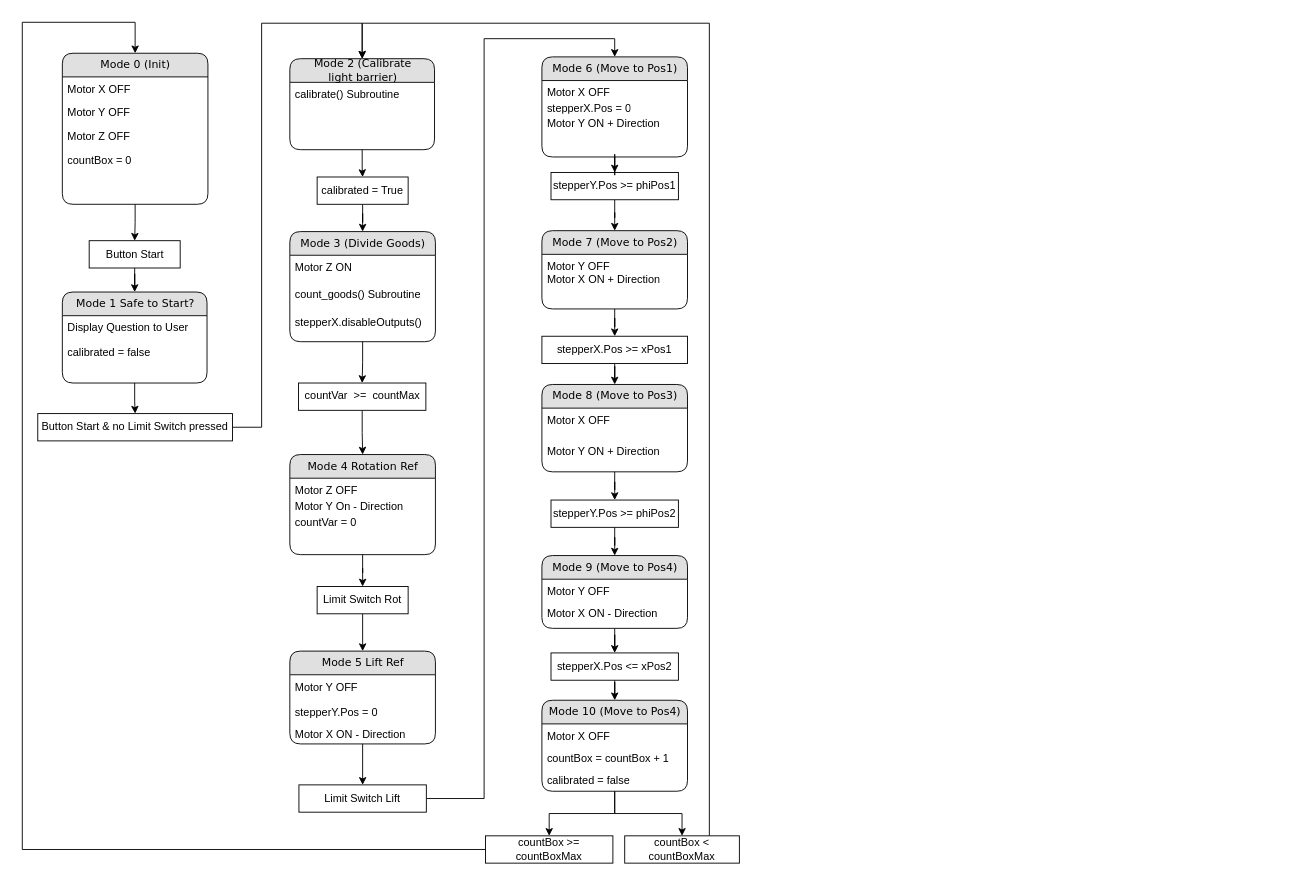
Before: Software/Flowchart_control_software.drawio in valnim/PMS2022, a draw.io diagram. Source tidied: cells renumbered, new cells numbered last; positions are measured from the earlier drawing's top-left corner, leaving out a move shared by most shapes. Both pictures are drawn from the tidied source at 91%, with x=0, y=0 at pixel (22, 22).
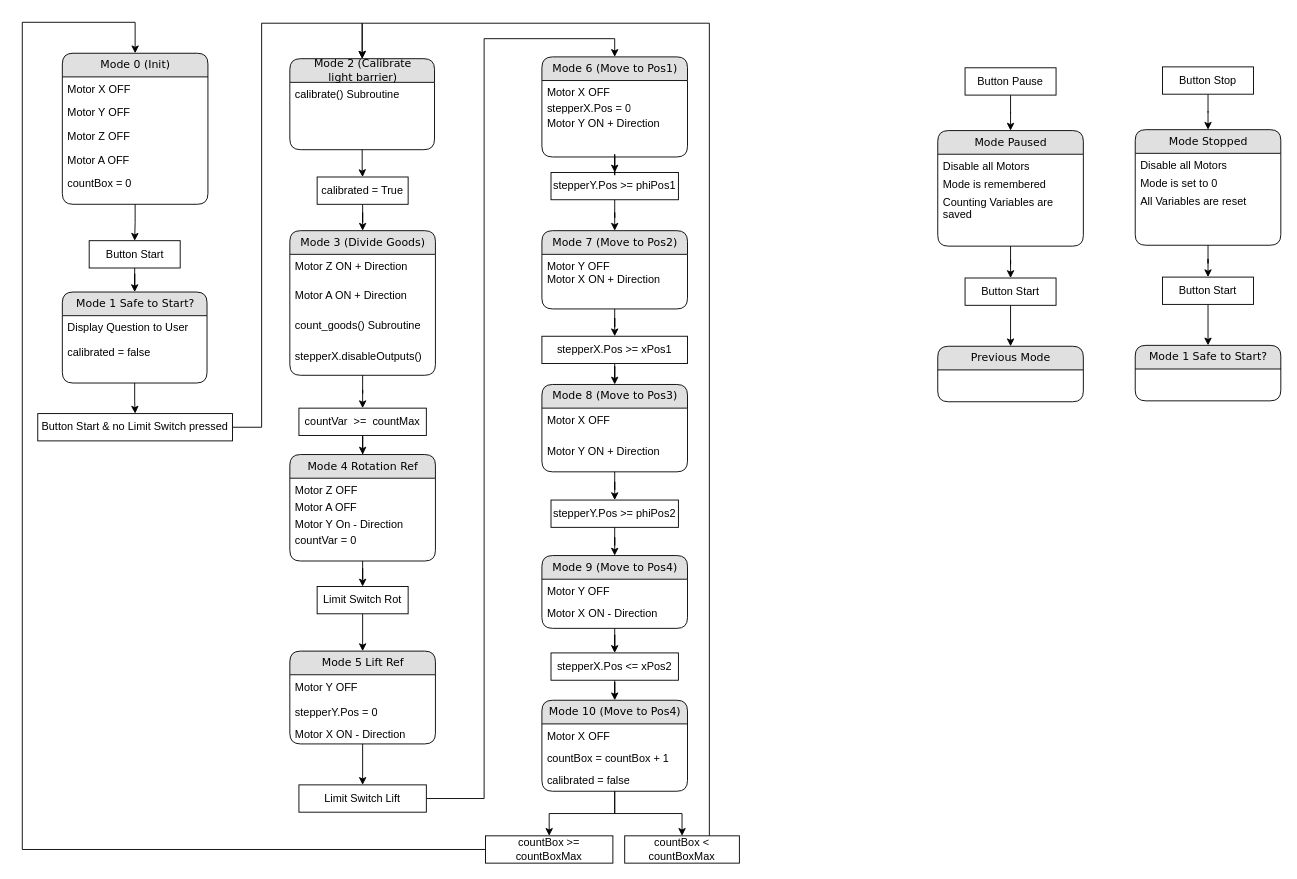
Above is the later version.

Commit message:
Change to 4steppers and add Button Interrupt Flow

The change refers to these unchanged cells:
```xml
<mxCell id="3" value="Mode 0 (Init)" style="swimlane;html=1;fontStyle=0;horizontal=1;startSize=26;fillColor=#e0e0e0;swimlaneFillColor=#ffffff;align=center;rounded=1;shadow=0;comic=0;labelBackgroundColor=none;strokeWidth=1;fontFamily=Verdana;fontSize=12;" parent="2" vertex="1">
  <mxGeometry width="160" height="166" as="geometry" />
</mxCell>
```

The edit, as a diff of the source:
```diff
@@
+    <mxCell id="85" value="Motor A OFF" style="text;html=1;strokeColor=none;fillColor=none;spacingLeft=4;spacingRight=4;whiteSpace=wrap;overflow=hidden;" parent="3" vertex="1">
+      <mxGeometry y="104" width="160" height="26" as="geometry" />
+    </mxCell>
     <mxCell id="7" value="countBox = 0" style="text;html=1;strokeColor=none;fillColor=none;spacingLeft=4;spacingRight=4;whiteSpace=wrap;overflow=hidden;" parent="3" vertex="1">
-      <mxGeometry y="104" width="160" height="26" as="geometry" />
+      <mxGeometry y="130" width="160" height="26" as="geometry" />
     </mxCell>
     <mxCell id="8" style="group;" parent="1" vertex="1">
-      <mxGeometry x="294" y="230" width="160" height="121" as="geometry" />
+      <mxGeometry x="294" y="229" width="160" height="134" as="geometry" />
     </mxCell>
     <mxCell id="9" value="Mode 3 (Divide Goods)" style="swimlane;html=1;fontStyle=0;horizontal=1;startSize=26;fillColor=#e0e0e0;swimlaneFillColor=#ffffff;align=center;rounded=1;shadow=0;comic=0;labelBackgroundColor=none;strokeWidth=1;fontFamily=Verdana;fontSize=12;" parent="8" vertex="1">
-      <mxGeometry width="160" height="121" as="geometry" />
+      <mxGeometry width="160" height="158.9" as="geometry" />
     </mxCell>
-    <mxCell id="10" value="Motor Z ON" style="text;html=1;strokeColor=none;fillColor=none;spacingLeft=4;spacingRight=4;whiteSpace=wrap;overflow=hidden;" parent="9" vertex="1">
-      <mxGeometry y="26" width="160" height="29.3" as="geometry" />
+    <mxCell id="10" value="Motor Z ON + Direction" style="text;html=1;strokeColor=none;fillColor=none;spacingLeft=4;spacingRight=4;whiteSpace=wrap;overflow=hidden;" parent="9" vertex="1">
+      <mxGeometry y="26" width="160" height="32.4" as="geometry" />
     </mxCell>
+    <mxCell id="86" value="Motor A ON + Direction" style="text;html=1;strokeColor=none;fillColor=none;spacingLeft=4;spacingRight=4;whiteSpace=wrap;overflow=hidden;" parent="9" vertex="1">
+      <mxGeometry y="58.4" width="160" height="32.4" as="geometry" />
+    </mxCell>
     <mxCell id="11" value="count_goods() Subroutine" style="text;html=1;strokeColor=none;fillColor=none;spacingLeft=4;spacingRight=4;whiteSpace=wrap;overflow=hidden;" parent="9" vertex="1">
-      <mxGeometry y="55.3" width="160" height="30.7" as="geometry" />
+      <mxGeometry y="90.9" width="160" height="34" as="geometry" />
     </mxCell>
     <mxCell id="12" value="stepperX.disableOutputs()" style="text;html=1;strokeColor=none;fillColor=none;spacingLeft=4;spacingRight=4;whiteSpace=wrap;overflow=hidden;" parent="9" vertex="1">
-      <mxGeometry y="86" width="160" height="30.7" as="geometry" />
+      <mxGeometry y="124.9" width="160" height="34" as="geometry" />
     </mxCell>
@@
     <mxCell id="16" value="countVar&amp;nbsp; &amp;gt;=&amp;nbsp; countMax" style="rounded=0;whiteSpace=wrap;html=1;" parent="1" vertex="1">
-      <mxGeometry x="303.5" y="396.4" width="140" height="30" as="geometry" />
+      <mxGeometry x="304" y="424" width="140" height="30" as="geometry" />
     </mxCell>
@@
     <mxCell id="43" style="group;" parent="1" vertex="1">
-      <mxGeometry x="294" y="475" width="160" height="110" as="geometry" />
+      <mxGeometry x="294" y="475" width="160" height="117" as="geometry" />
     </mxCell>
     <mxCell id="44" value="Mode 4 Rotation Ref" style="swimlane;html=1;fontStyle=0;horizontal=1;startSize=26;fillColor=#e0e0e0;swimlaneFillColor=#ffffff;align=center;rounded=1;shadow=0;comic=0;labelBackgroundColor=none;strokeWidth=1;fontFamily=Verdana;fontSize=12;" parent="43" vertex="1">
-      <mxGeometry width="160" height="110" as="geometry" />
+      <mxGeometry width="160" height="117" as="geometry" />
     </mxCell>
     <mxCell id="45" value="Motor Z OFF" style="text;html=1;strokeColor=none;fillColor=none;spacingLeft=4;spacingRight=4;whiteSpace=wrap;overflow=hidden;" parent="44" vertex="1">
-      <mxGeometry y="26" width="160" height="17.2" as="geometry" />
+      <mxGeometry y="26" width="160" height="18.3" as="geometry" />
     </mxCell>
-    <mxCell id="46" value="Motor Y On - Direction" style="text;html=1;strokeColor=none;fillColor=none;spacingLeft=4;spacingRight=4;whiteSpace=wrap;overflow=hidden;" parent="44" vertex="1">
-      <mxGeometry y="43.2" width="160" height="17.2" as="geometry" />
+    <mxCell id="46" value="Motor A OFF" style="text;html=1;strokeColor=none;fillColor=none;spacingLeft=4;spacingRight=4;whiteSpace=wrap;overflow=hidden;" parent="44" vertex="1">
+      <mxGeometry y="44.3" width="160" height="18.3" as="geometry" />
     </mxCell>
+    <mxCell id="87" value="Motor Y On - Direction" style="text;html=1;strokeColor=none;fillColor=none;spacingLeft=4;spacingRight=4;whiteSpace=wrap;overflow=hidden;" parent="44" vertex="1">
+      <mxGeometry y="62.7" width="160" height="18.3" as="geometry" />
+    </mxCell>
     <mxCell id="47" value="countVar = 0" style="text;html=1;strokeColor=none;fillColor=none;spacingLeft=4;spacingRight=4;whiteSpace=wrap;overflow=hidden;" parent="44" vertex="1">
-      <mxGeometry y="60.5" width="160" height="17.2" as="geometry" />
+      <mxGeometry y="81" width="160" height="18.3" as="geometry" />
     </mxCell>
@@
+    <mxCell id="88" style="edgeStyle=orthogonalEdgeStyle;rounded=0;jettySize=auto;html=1;entryX=0.5;entryY=0;entryDx=0;entryDy=0;" parent="1" edge="1" source="89" target="91">
+      <mxGeometry relative="1" as="geometry" />
+    </mxCell>
+    <mxCell id="89" value="Button Pause" style="rounded=0;whiteSpace=wrap;html=1;" parent="1" vertex="1">
+      <mxGeometry x="1036" y="50" width="100" height="30" as="geometry" />
+    </mxCell>
+    <mxCell id="90" style="group;" parent="1" vertex="1">
+      <mxGeometry x="1006" y="119" width="160" height="127" as="geometry" />
+    </mxCell>
+    <mxCell id="91" value="Mode Paused" style="swimlane;html=1;fontStyle=0;horizontal=1;startSize=26;fillColor=#e0e0e0;swimlaneFillColor=#ffffff;align=center;rounded=1;shadow=0;comic=0;labelBackgroundColor=none;strokeWidth=1;fontFamily=Verdana;fontSize=12;" parent="90" vertex="1">
+      <mxGeometry width="160" height="127" as="geometry" />
+    </mxCell>
+    <mxCell id="92" value="Disable all Motors" style="text;html=1;strokeColor=none;fillColor=none;spacingLeft=4;spacingRight=4;whiteSpace=wrap;overflow=hidden;" parent="91" vertex="1">
+      <mxGeometry y="26" width="160" height="19.9" as="geometry" />
+    </mxCell>
+    <mxCell id="93" value="Mode is remembered" style="text;html=1;strokeColor=none;fillColor=none;spacingLeft=4;spacingRight=4;whiteSpace=wrap;overflow=hidden;" parent="91" vertex="1">
+      <mxGeometry y="45.9" width="160" height="19.4" as="geometry" />
+    </mxCell>
+    <mxCell id="94" value="Counting Variables are saved" style="text;html=1;strokeColor=none;fillColor=none;spacingLeft=4;spacingRight=4;whiteSpace=wrap;overflow=hidden;" parent="91" vertex="1">
+      <mxGeometry y="65.3" width="160" height="38.2" as="geometry" />
+    </mxCell>
+    <mxCell id="95" style="edgeStyle=orthogonalEdgeStyle;rounded=0;jettySize=auto;html=1;entryX=0.5;entryY=0;entryDx=0;entryDy=0;" parent="1" edge="1" source="96" target="99">
+      <mxGeometry relative="1" as="geometry" />
+    </mxCell>
+    <mxCell id="96" value="Button Start" style="rounded=0;whiteSpace=wrap;html=1;" parent="1" vertex="1">
+      <mxGeometry x="1036" y="281" width="100" height="30" as="geometry" />
+    </mxCell>
+    <mxCell id="97" style="edgeStyle=orthogonalEdgeStyle;rounded=0;jettySize=auto;html=1;entryX=0.5;entryY=0;entryDx=0;entryDy=0;" parent="1" edge="1" source="91" target="96">
+      <mxGeometry relative="1" as="geometry" />
+    </mxCell>
+    <mxCell id="98" style="group;" parent="1" vertex="1">
+      <mxGeometry x="1006" y="356" width="160" height="61" as="geometry" />
+    </mxCell>
+    <mxCell id="99" value="Previous Mode" style="swimlane;html=1;fontStyle=0;horizontal=1;startSize=26;fillColor=#e0e0e0;swimlaneFillColor=#ffffff;align=center;rounded=1;shadow=0;comic=0;labelBackgroundColor=none;strokeWidth=1;fontFamily=Verdana;fontSize=12;" parent="98" vertex="1">
+      <mxGeometry width="160" height="61" as="geometry" />
+    </mxCell>
+    <mxCell id="100" style="edgeStyle=orthogonalEdgeStyle;rounded=0;jettySize=auto;html=1;entryX=0.5;entryY=0;entryDx=0;entryDy=0;" parent="1" edge="1" source="101" target="103">
+      <mxGeometry relative="1" as="geometry" />
+    </mxCell>
+    <mxCell id="101" value="Button Stop" style="rounded=0;whiteSpace=wrap;html=1;" parent="1" vertex="1">
+      <mxGeometry x="1253" y="49" width="100" height="30" as="geometry" />
+    </mxCell>
+    <mxCell id="102" style="group;" parent="1" vertex="1">
+      <mxGeometry x="1223" y="118" width="160" height="127" as="geometry" />
+    </mxCell>
+    <mxCell id="103" value="Mode Stopped" style="swimlane;html=1;fontStyle=0;horizontal=1;startSize=26;fillColor=#e0e0e0;swimlaneFillColor=#ffffff;align=center;rounded=1;shadow=0;comic=0;labelBackgroundColor=none;strokeWidth=1;fontFamily=Verdana;fontSize=12;" parent="102" vertex="1">
+      <mxGeometry width="160" height="127" as="geometry" />
+    </mxCell>
+    <mxCell id="104" value="Disable all Motors" style="text;html=1;strokeColor=none;fillColor=none;spacingLeft=4;spacingRight=4;whiteSpace=wrap;overflow=hidden;" parent="103" vertex="1">
+      <mxGeometry y="26" width="160" height="19.9" as="geometry" />
+    </mxCell>
+    <mxCell id="105" value="Mode is set to 0" style="text;html=1;strokeColor=none;fillColor=none;spacingLeft=4;spacingRight=4;whiteSpace=wrap;overflow=hidden;" parent="103" vertex="1">
+      <mxGeometry y="45.9" width="160" height="19.4" as="geometry" />
+    </mxCell>
+    <mxCell id="106" value="All Variables are reset" style="text;html=1;strokeColor=none;fillColor=none;spacingLeft=4;spacingRight=4;whiteSpace=wrap;overflow=hidden;" parent="103" vertex="1">
+      <mxGeometry y="65.3" width="160" height="38.2" as="geometry" />
+    </mxCell>
+    <mxCell id="107" style="edgeStyle=orthogonalEdgeStyle;rounded=0;jettySize=auto;html=1;entryX=0.5;entryY=0;entryDx=0;entryDy=0;" parent="1" edge="1" source="108" target="111">
+      <mxGeometry relative="1" as="geometry" />
+    </mxCell>
+    <mxCell id="108" value="Button Start" style="rounded=0;whiteSpace=wrap;html=1;" parent="1" vertex="1">
+      <mxGeometry x="1253" y="280" width="100" height="30" as="geometry" />
+    </mxCell>
+    <mxCell id="109" style="edgeStyle=orthogonalEdgeStyle;rounded=0;jettySize=auto;html=1;entryX=0.5;entryY=0;entryDx=0;entryDy=0;" parent="1" edge="1" source="103" target="108">
+      <mxGeometry relative="1" as="geometry" />
+    </mxCell>
+    <mxCell id="110" style="group;" parent="1" vertex="1">
+      <mxGeometry x="1223" y="355" width="160" height="61" as="geometry" />
+    </mxCell>
+    <mxCell id="111" value="Mode 1 Safe to Start?" style="swimlane;html=1;fontStyle=0;horizontal=1;startSize=26;fillColor=#e0e0e0;swimlaneFillColor=#ffffff;align=center;rounded=1;shadow=0;comic=0;labelBackgroundColor=none;strokeWidth=1;fontFamily=Verdana;fontSize=12;" parent="110" vertex="1">
+      <mxGeometry width="160" height="61" as="geometry" />
+    </mxCell>
```
